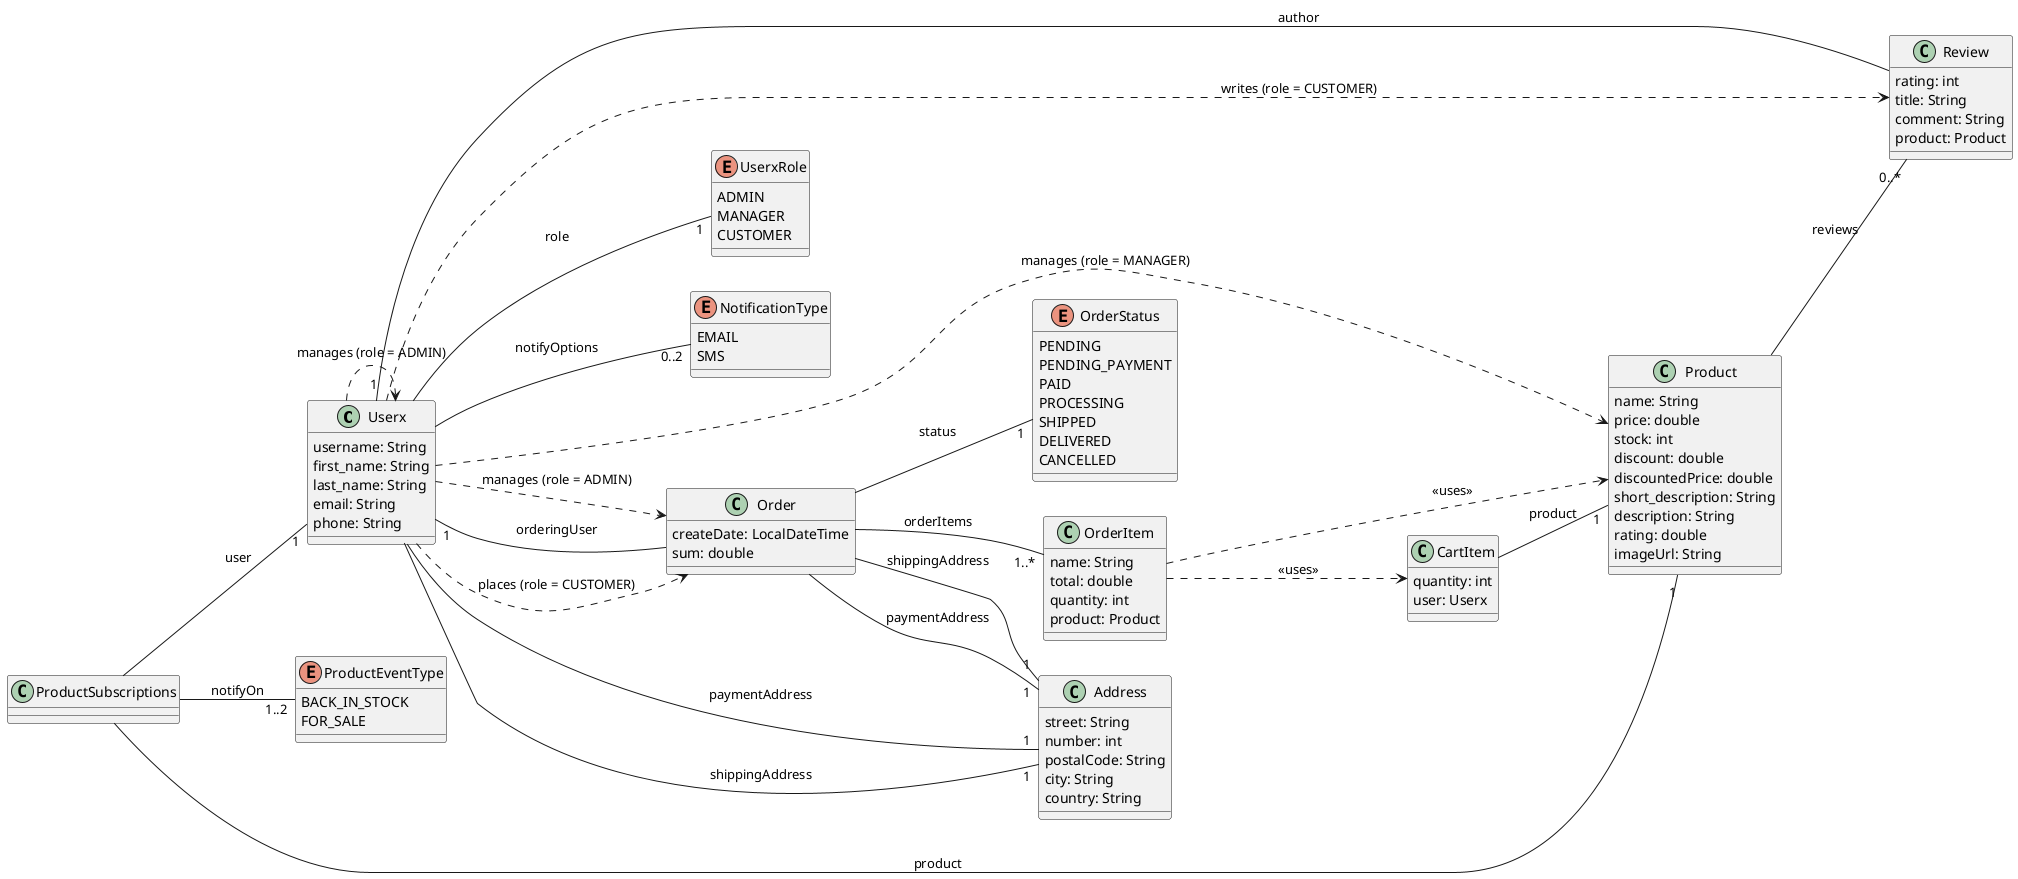
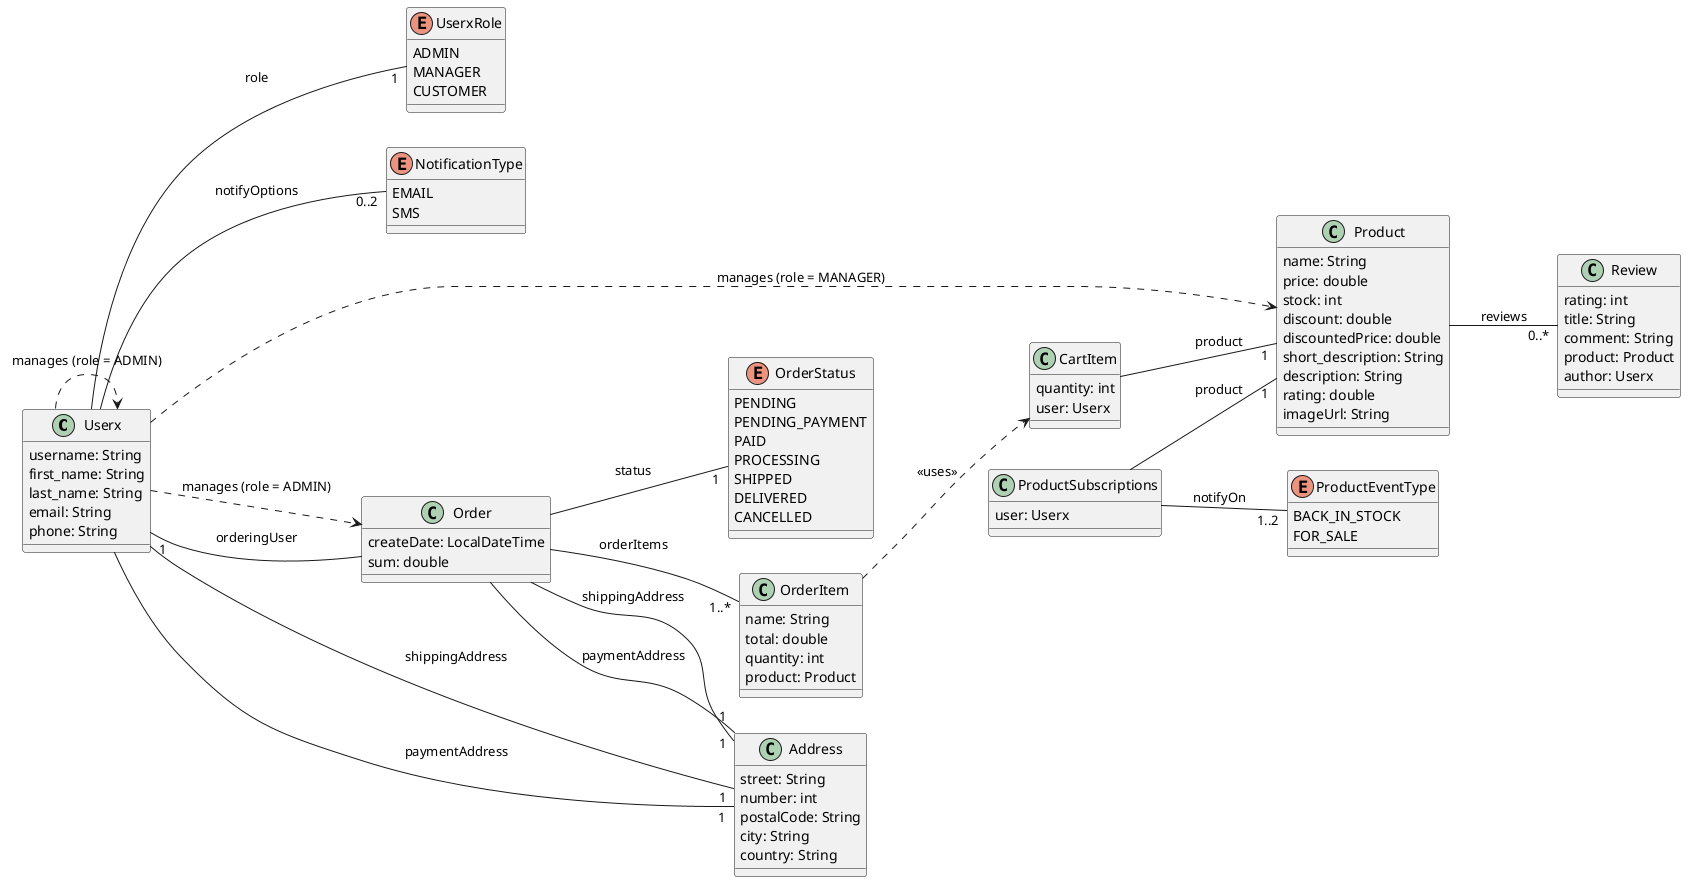
@startuml
left to right direction

class Userx {
    username: String
    first_name: String
    last_name: String
    email: String
    phone: String
}

enum UserxRole {
    ADMIN
    MANAGER
    CUSTOMER
}

enum NotificationType {
    EMAIL
    SMS
}

enum ProductEventType {
    BACK_IN_STOCK
    FOR_SALE
}

enum OrderStatus {
    PENDING
    PENDING_PAYMENT
    PAID
    PROCESSING
    SHIPPED
    DELIVERED
    CANCELLED
}

class Product {
    name: String
    price: double
    stock: int
    discount: double /'in interval [0, 1] 0 -> 0%, 1 -> 100% discount'/
    discountedPrice: double
    short_description: String
    description: String
    rating: double
    imageUrl: String
}

class Review {
    rating: int /'in interval [1, 5]'/
    title: String
    comment: String
    product: Product
+     author: Userx
}

class CartItem {
  quantity: int
  user: Userx
}

class Order {
    createDate: LocalDateTime
    sum: double
}

class ProductSubscriptions {
+     user: Userx
}

class OrderItem {
    name: String
    total: double
    quantity: int
    product: Product
}

class Address {
    street: String
    number: int
    postalCode: String
    city: String
    country: String
}

'associations:
Userx -- "1" UserxRole: role
Userx -- "0..2" NotificationType: notifyOptions
Userx -- "1" Address: shippingAddress
Userx -- "1" Address: paymentAddress

- Userx ..> Review: writes (role = CUSTOMER)
- Userx ..> Order: places (role = CUSTOMER)
Userx ..> Product: manages (role = MANAGER)
Userx ..> Userx: manages (role = ADMIN)
Userx ..> Order: manages (role = ADMIN)
- 
- Review -- "1" Userx: author

Product -- "0..*" Review: reviews

CartItem -- "1" Product: product

Order -- "1" OrderStatus: status
Order -- "1..*" OrderItem: orderItems
Order -- "1" Userx: orderingUser
Order -- "1" Address: shippingAddress
Order -- "1" Address: paymentAddress

OrderItem ..> CartItem: <<uses>>
- OrderItem ..> Product: <<uses>>

- ProductSubscriptions -- "1" Userx: user
ProductSubscriptions -- "1" Product: product
ProductSubscriptions -- "1..2" ProductEventType: notifyOn

@enduml